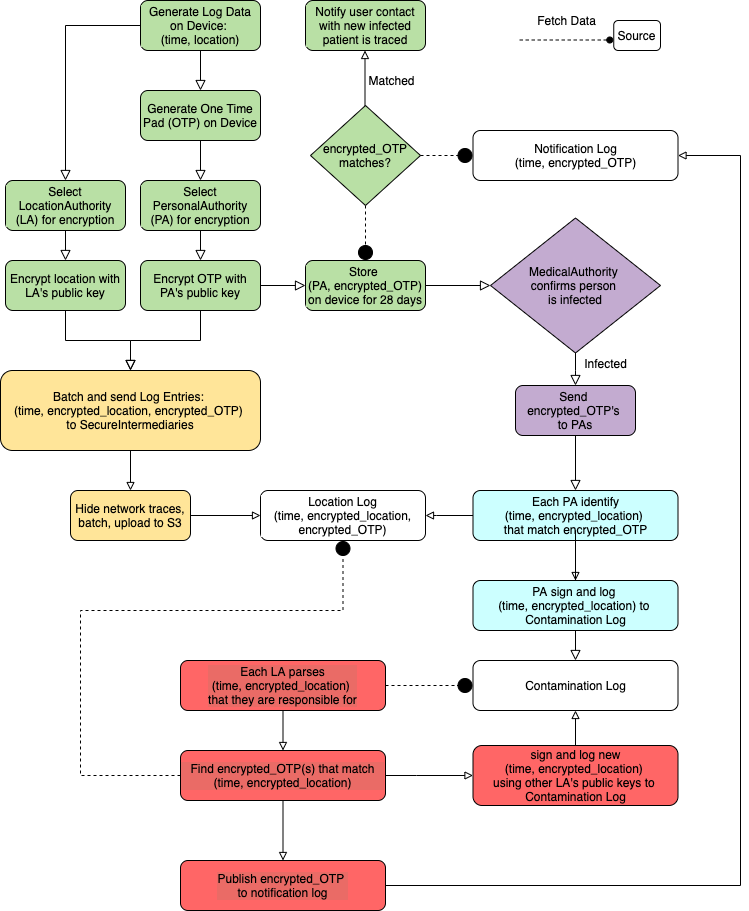
Before: ninja_pad.png, a diagram exported from draw.io (dantam/DataRocks). Source tidied: cells renumbered, new cells last; positions are measured from the earlier drawing's top-left corner, leaving out a move shared by most shapes.
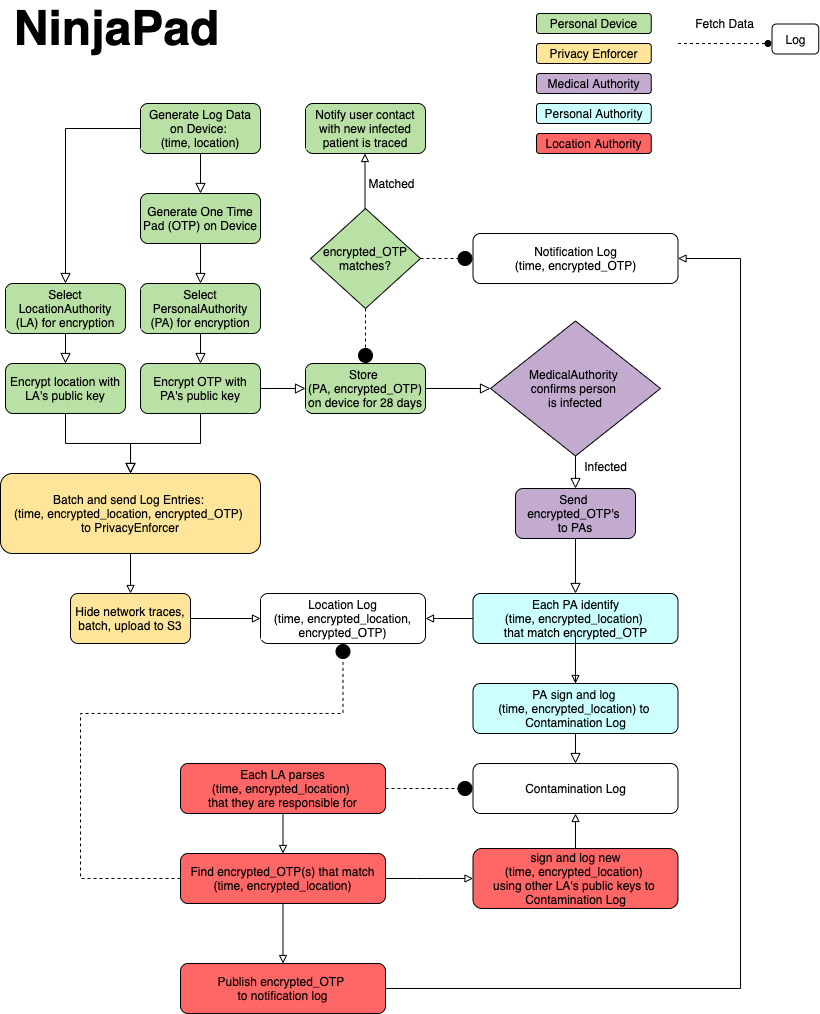
Later version of the same file.

Commit message:
[track] minor typos, title and legend on graph

The edit, as a diff of the source:
```diff
@@ -27,7 +27,7 @@
     <mxCell id="8" style="rounded=0;html=1;jettySize=auto;fontSize=11;endArrow=block;endFill=0;endSize=8;strokeWidth=1;shadow=0;labelBackgroundColor=none;edgeStyle=orthogonalEdgeStyle;exitX=0.5;exitY=1;exitDx=0;exitDy=0;entryX=0.5;entryY=0;entryDx=0;entryDy=0;" parent="1" edge="1" source="6" target="7">
       <mxGeometry relative="1" as="geometry" />
     </mxCell>
-    <mxCell id="9" value="&lt;span style=&quot;&quot;&gt;Batch and send Log Entries: &lt;/span&gt;&lt;br&gt;(&lt;span style=&quot;&quot;&gt;time, encrypted_location, encrypted_OTP) &lt;br&gt;to SecureIntermediaries&lt;/span&gt;" style="rounded=1;whiteSpace=wrap;html=1;fontSize=12;glass=0;strokeWidth=1;shadow=0;labelBackgroundColor=none;fillColor=#FFE599;" parent="1" vertex="1">
+    <mxCell id="9" value="&lt;span&gt;Batch and send Log Entries: &lt;/span&gt;&lt;br&gt;(&lt;span&gt;time, encrypted_location, encrypted_OTP) &lt;br&gt;to PrivacyEnforcer&lt;/span&gt;" style="rounded=1;whiteSpace=wrap;html=1;fontSize=12;glass=0;strokeWidth=1;shadow=0;labelBackgroundColor=none;fillColor=#FFE599;" parent="1" vertex="1">
       <mxGeometry y="370" width="260" height="80" as="geometry" />
     </mxCell>
     <mxCell id="10" style="rounded=0;html=1;jettySize=auto;fontSize=11;endArrow=block;endFill=0;endSize=8;strokeWidth=1;shadow=0;labelBackgroundColor=none;edgeStyle=orthogonalEdgeStyle;" parent="1" edge="1" source="7" target="9">
@@ -109,13 +109,13 @@
         </Array>
       </mxGeometry>
     </mxCell>
-    <mxCell id="29" value="Find encrypted_OTP(s) that match (time, encrypted_location)" style="rounded=1;whiteSpace=wrap;html=1;fontSize=12;glass=0;strokeWidth=1;shadow=0;labelBackgroundColor=#EA6B66;fillColor=#FF6666;" parent="1" vertex="1">
+    <mxCell id="29" value="Find encrypted_OTP(s) that match (time, encrypted_location)" style="rounded=1;whiteSpace=wrap;html=1;fontSize=12;glass=0;strokeWidth=1;shadow=0;labelBackgroundColor=none;fillColor=#FF6666;" parent="1" vertex="1">
       <mxGeometry x="180" y="750" width="205" height="50" as="geometry" />
     </mxCell>
     <mxCell id="30" style="edgeStyle=orthogonalEdgeStyle;rounded=0;jettySize=auto;html=1;endArrow=block;endFill=0;" parent="1" edge="1" source="31" target="29">
       <mxGeometry relative="1" as="geometry" />
     </mxCell>
-    <mxCell id="31" value="Each LA parses&lt;br&gt;(time, encrypted_location) &lt;br&gt;that they are responsible for" style="rounded=1;whiteSpace=wrap;html=1;fontSize=12;glass=0;strokeWidth=1;shadow=0;labelBackgroundColor=#EA6B66;fillColor=#FF6666;" parent="1" vertex="1">
+    <mxCell id="31" value="Each LA parses&lt;br&gt;(time, encrypted_location) &lt;br&gt;that they are responsible for" style="rounded=1;whiteSpace=wrap;html=1;fontSize=12;glass=0;strokeWidth=1;shadow=0;labelBackgroundColor=none;fillColor=#FF6666;" parent="1" vertex="1">
       <mxGeometry x="180" y="660" width="205" height="50" as="geometry" />
     </mxCell>
     <mxCell id="32" style="edgeStyle=orthogonalEdgeStyle;rounded=0;jettySize=auto;html=1;endArrow=circle;endFill=1;entryX=0;entryY=0.5;entryDx=0;entryDy=0;exitX=1;exitY=0.5;exitDx=0;exitDy=0;dashed=1;" parent="1" edge="1" source="31" target="27">
@@ -144,7 +144,7 @@
     <mxCell id="36" style="edgeStyle=orthogonalEdgeStyle;rounded=0;jettySize=auto;html=1;endArrow=block;endFill=0;exitX=0.5;exitY=1;exitDx=0;exitDy=0;entryX=0.5;entryY=0;entryDx=0;entryDy=0;" parent="1" edge="1" source="29" target="37">
       <mxGeometry relative="1" as="geometry" />
     </mxCell>
-    <mxCell id="37" value="Publish encrypted_OTP &lt;br&gt;to notification log" style="rounded=1;whiteSpace=wrap;html=1;fontSize=12;glass=0;strokeWidth=1;shadow=0;labelBackgroundColor=#EA6B66;fillColor=#FF6666;" parent="1" vertex="1">
+    <mxCell id="37" value="Publish encrypted_OTP &lt;br&gt;to notification log" style="rounded=1;whiteSpace=wrap;html=1;fontSize=12;glass=0;strokeWidth=1;shadow=0;labelBackgroundColor=none;fillColor=#FF6666;" parent="1" vertex="1">
       <mxGeometry x="180" y="860" width="205" height="50" as="geometry" />
     </mxCell>
     <mxCell id="38" style="rounded=0;jettySize=auto;html=1;endArrow=block;endFill=0;exitX=0.5;exitY=0;exitDx=0;exitDy=0;entryX=0.5;entryY=1;entryDx=0;entryDy=0;" parent="1" edge="1" source="34" target="27">
@@ -206,19 +206,37 @@
     </mxCell>
     <mxCell id="52" style="edgeStyle=orthogonalEdgeStyle;rounded=0;html=1;jettySize=auto;orthogonalLoop=1;fontSize=11;endArrow=oval;endFill=1;strokeWidth=1;shadow=0;labelBackgroundColor=none;dashed=1;" parent="1" edge="1">
       <mxGeometry y="10" relative="1" as="geometry">
-        <mxPoint x="519.2" y="39.5" as="sourcePoint" />
-        <mxPoint x="609.2" y="39.5" as="targetPoint" />
+        <mxPoint x="677.5" y="-60" as="sourcePoint" />
+        <mxPoint x="767.5" y="-60" as="targetPoint" />
         <Array as="points">
-          <mxPoint x="579.2" y="39.5" />
-          <mxPoint x="579.2" y="39.5" />
+          <mxPoint x="737.5" y="-60" />
+          <mxPoint x="737.5" y="-60" />
         </Array>
       </mxGeometry>
     </mxCell>
     <mxCell id="53" value="Fetch Data" style="text;html=1;align=center;verticalAlign=middle;" parent="1" vertex="1">
-      <mxGeometry x="530.8" y="9.5" width="70" height="20" as="geometry" />
+      <mxGeometry x="689" y="-90" width="70" height="20" as="geometry" />
     </mxCell>
-    <mxCell id="54" value="Source" style="rounded=1;whiteSpace=wrap;html=1;fontSize=12;glass=0;strokeWidth=1;shadow=0;labelBackgroundColor=none;" parent="1" vertex="1">
-      <mxGeometry x="613.2" y="20" width="46.8" height="30" as="geometry" />
+    <mxCell id="54" value="Log" style="rounded=1;whiteSpace=wrap;html=1;fontSize=12;glass=0;strokeWidth=1;shadow=0;labelBackgroundColor=none;" parent="1" vertex="1">
+      <mxGeometry x="771.5" y="-79.5" width="46.8" height="30" as="geometry" />
     </mxCell>
+    <mxCell id="55" value="&lt;b&gt;&lt;font style=&quot;font-size: 48px&quot;&gt;NinjaPad&lt;/font&gt;&lt;/b&gt;" style="text;html=1;align=center;verticalAlign=middle;" parent="1" vertex="1">
+      <mxGeometry x="6" y="-90" width="220" height="30" as="geometry" />
+    </mxCell>
+    <mxCell id="56" value="Personal Device" style="rounded=1;whiteSpace=wrap;html=1;fontSize=12;glass=0;strokeWidth=1;shadow=0;labelBackgroundColor=#B9E0A5;fillColor=#B9E0A5;" parent="1" vertex="1">
+      <mxGeometry x="536" y="-90" width="114.8" height="20" as="geometry" />
+    </mxCell>
+    <mxCell id="57" value="Privacy Enforcer" style="rounded=1;whiteSpace=wrap;html=1;fontSize=12;glass=0;strokeWidth=1;shadow=0;labelBackgroundColor=none;fillColor=#FFE599;" parent="1" vertex="1">
+      <mxGeometry x="536" y="-60" width="114.8" height="20" as="geometry" />
+    </mxCell>
+    <mxCell id="58" value="Medical Authority" style="rounded=1;whiteSpace=wrap;html=1;fontSize=12;glass=0;strokeWidth=1;shadow=0;labelBackgroundColor=#C3ABD0;fillColor=#C3ABD0;" parent="1" vertex="1">
+      <mxGeometry x="536" y="-30" width="114.8" height="20" as="geometry" />
+    </mxCell>
+    <mxCell id="59" value="Personal Authority" style="rounded=1;whiteSpace=wrap;html=1;fontSize=12;glass=0;strokeWidth=1;shadow=0;labelBackgroundColor=#CCFFFF;fillColor=#CCFFFF;" parent="1" vertex="1">
+      <mxGeometry x="536" width="114.8" height="20" as="geometry" />
+    </mxCell>
+    <mxCell id="60" value="Location Authority" style="rounded=1;whiteSpace=wrap;html=1;fontSize=12;glass=0;strokeWidth=1;shadow=0;labelBackgroundColor=none;fillColor=#FF6666;" parent="1" vertex="1">
+      <mxGeometry x="536" y="30" width="114.8" height="20" as="geometry" />
+    </mxCell>
   </root>
 </mxGraphModel>
```
